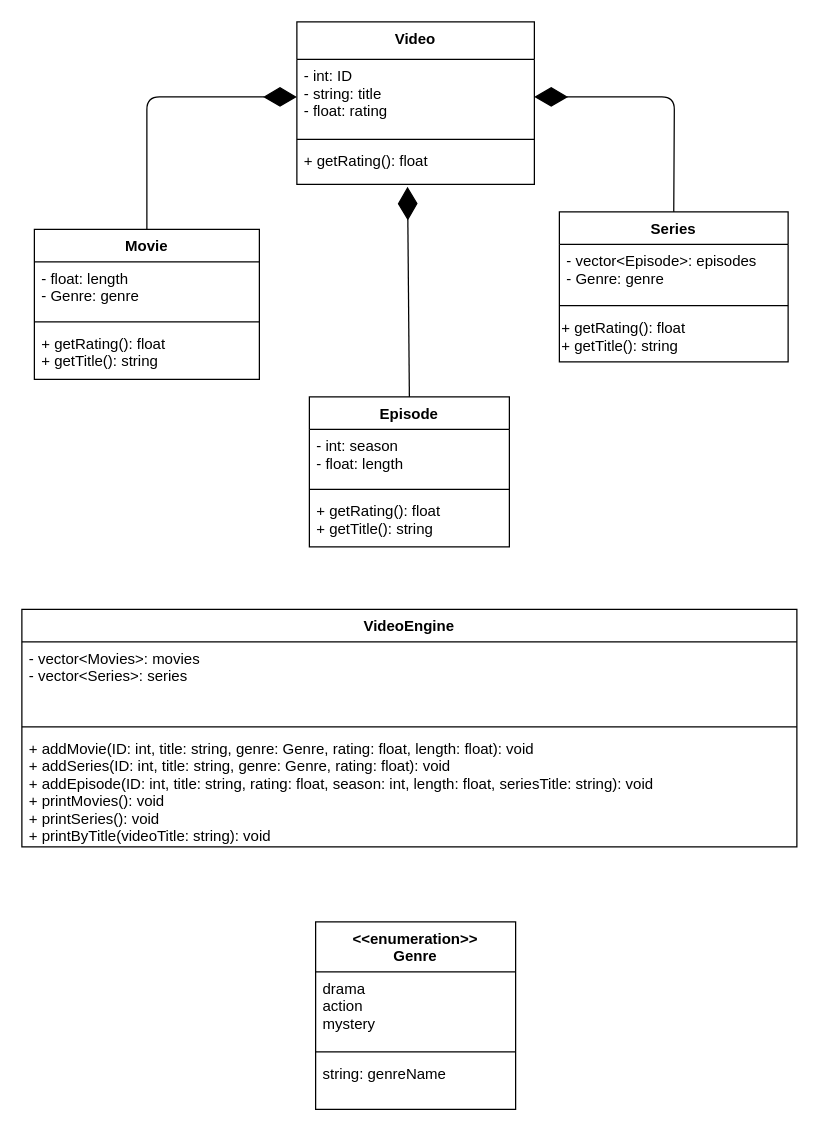
Above: UML.drawio in A01801003/Proyecto-Final-TC1030 (draw.io), before the change. Source tidied: cells renumbered, new cells numbered last; positions are measured from the earlier drawing's top-left corner, leaving out a move shared by most shapes. Both pictures are drawn from the tidied source at 125%, with x=0, y=0 at pixel (21, 21).
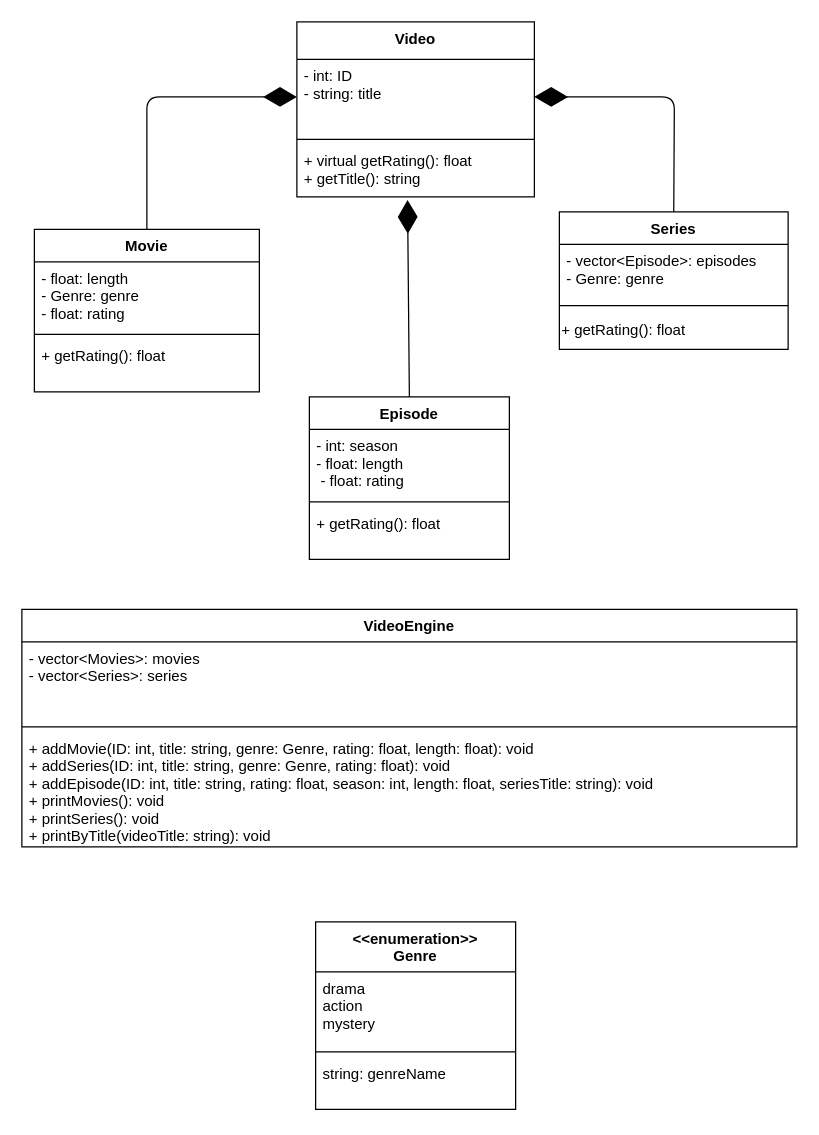
The same page after the edit.

Change to the diagram source:
```diff
@@
     <mxCell id="2" value="Video" style="swimlane;fontStyle=1;align=center;verticalAlign=top;horizontal=1;startSize=30;" parent="1" vertex="1">
-      <mxGeometry x="220" width="190" height="130" as="geometry" />
+      <mxGeometry x="220" width="190" height="140" as="geometry" />
     </mxCell>
-    <mxCell id="3" value="- int: ID &#10;- string: title&#10;- float: rating&#10;" style="text;strokeColor=none;fillColor=none;align=left;verticalAlign=top;spacingLeft=4;spacingRight=4;overflow=hidden;points=[[0,0.5],[1,0.5]];portConstraint=eastwest;" parent="2" vertex="1">
+    <mxCell id="3" value="- int: ID &#10;- string: title&#10;&#10;" style="text;strokeColor=none;fillColor=none;align=left;verticalAlign=top;spacingLeft=4;spacingRight=4;overflow=hidden;points=[[0,0.5],[1,0.5]];portConstraint=eastwest;" parent="2" vertex="1">
       <mxGeometry y="30" width="190" height="60" as="geometry" />
     </mxCell>
@@
-    <mxCell id="5" value="+ getRating(): float" style="text;strokeColor=none;fillColor=none;align=left;verticalAlign=top;spacingLeft=4;spacingRight=4;overflow=hidden;points=[[0,0.5],[1,0.5]];portConstraint=eastwest;" parent="2" vertex="1">
-      <mxGeometry y="98" width="190" height="32" as="geometry" />
+    <mxCell id="5" value="+ virtual getRating(): float&#10;+ getTitle(): string" style="text;strokeColor=none;fillColor=none;align=left;verticalAlign=top;spacingLeft=4;spacingRight=4;overflow=hidden;points=[[0,0.5],[1,0.5]];portConstraint=eastwest;" parent="2" vertex="1">
+      <mxGeometry y="98" width="190" height="42" as="geometry" />
     </mxCell>
@@
     <mxCell id="7" value="Episode" style="swimlane;fontStyle=1;align=center;verticalAlign=top;horizontal=1;startSize=26;" parent="1" vertex="1">
-      <mxGeometry x="230" y="300" width="160" height="120" as="geometry" />
+      <mxGeometry x="230" y="300" width="160" height="130" as="geometry" />
     </mxCell>
-    <mxCell id="8" value="- int: season&#10;- float: length&#10; " style="text;strokeColor=none;fillColor=none;align=left;verticalAlign=top;spacingLeft=4;spacingRight=4;overflow=hidden;" parent="7" vertex="1">
-      <mxGeometry y="26" width="160" height="44" as="geometry" />
+    <mxCell id="8" value="- int: season&#10;- float: length&#10; - float: rating" style="text;strokeColor=none;fillColor=none;align=left;verticalAlign=top;spacingLeft=4;spacingRight=4;overflow=hidden;" parent="7" vertex="1">
+      <mxGeometry y="26" width="160" height="54" as="geometry" />
     </mxCell>
     <mxCell id="9" style="line;strokeWidth=1;fillColor=none;align=left;verticalAlign=middle;spacingTop=-1;spacingLeft=3;spacingRight=3;labelPosition=right;strokeColor=inherit;" parent="7" vertex="1">
-      <mxGeometry y="70" width="160" height="8" as="geometry" />
+      <mxGeometry y="80" width="160" height="8" as="geometry" />
     </mxCell>
-    <mxCell id="10" value="+ getRating(): float&#10;+ getTitle(): string" style="text;strokeColor=none;fillColor=none;align=left;verticalAlign=top;spacingLeft=4;spacingRight=4;overflow=hidden;" parent="7" vertex="1">
-      <mxGeometry y="78" width="160" height="42" as="geometry" />
+    <mxCell id="10" value="+ getRating(): float" style="text;strokeColor=none;fillColor=none;align=left;verticalAlign=top;spacingLeft=4;spacingRight=4;overflow=hidden;" parent="7" vertex="1">
+      <mxGeometry y="88" width="160" height="42" as="geometry" />
     </mxCell>
     <mxCell id="11" value="Series" style="swimlane;fontStyle=1;align=center;verticalAlign=top;horizontal=1;startSize=26;" parent="1" vertex="1">
-      <mxGeometry x="430" y="152" width="183" height="120" as="geometry" />
+      <mxGeometry x="430" y="152" width="183" height="110" as="geometry" />
     </mxCell>
@@
-    <mxCell id="14" value="+ getRating(): float&lt;br&gt;+ getTitle(): string" style="text;html=1;align=left;verticalAlign=middle;strokeColor=none;fillColor=none;" parent="11" vertex="1">
-      <mxGeometry y="80" width="183" height="40" as="geometry" />
+    <mxCell id="14" value="+ getRating(): float&lt;br&gt;" style="text;html=1;align=left;verticalAlign=middle;strokeColor=none;fillColor=none;" parent="11" vertex="1">
+      <mxGeometry y="80" width="183" height="30" as="geometry" />
     </mxCell>
@@
     <mxCell id="17" value="Movie" style="swimlane;fontStyle=1;align=center;verticalAlign=top;horizontal=1;startSize=26;" parent="1" vertex="1">
-      <mxGeometry x="10" y="166" width="180" height="120" as="geometry" />
+      <mxGeometry x="10" y="166" width="180" height="130" as="geometry" />
     </mxCell>
-    <mxCell id="18" value="- float: length&#10;- Genre: genre" style="text;strokeColor=none;fillColor=none;align=left;verticalAlign=top;spacingLeft=4;spacingRight=4;overflow=hidden;" parent="17" vertex="1">
-      <mxGeometry y="26" width="180" height="44" as="geometry" />
+    <mxCell id="18" value="- float: length&#10;- Genre: genre&#10;- float: rating" style="text;strokeColor=none;fillColor=none;align=left;verticalAlign=top;spacingLeft=4;spacingRight=4;overflow=hidden;" parent="17" vertex="1">
+      <mxGeometry y="26" width="180" height="54" as="geometry" />
     </mxCell>
     <mxCell id="19" style="line;strokeWidth=1;fillColor=none;align=left;verticalAlign=middle;spacingTop=-1;spacingLeft=3;spacingRight=3;labelPosition=right;strokeColor=inherit;" parent="17" vertex="1">
-      <mxGeometry y="70" width="180" height="8" as="geometry" />
+      <mxGeometry y="80" width="180" height="8" as="geometry" />
     </mxCell>
-    <mxCell id="20" value="+ getRating(): float&#10;+ getTitle(): string" style="text;strokeColor=none;fillColor=none;align=left;verticalAlign=top;spacingLeft=4;spacingRight=4;overflow=hidden;" parent="17" vertex="1">
-      <mxGeometry y="78" width="180" height="42" as="geometry" />
+    <mxCell id="20" value="+ getRating(): float" style="text;strokeColor=none;fillColor=none;align=left;verticalAlign=top;spacingLeft=4;spacingRight=4;overflow=hidden;" parent="17" vertex="1">
+      <mxGeometry y="88" width="180" height="42" as="geometry" />
     </mxCell>
```
